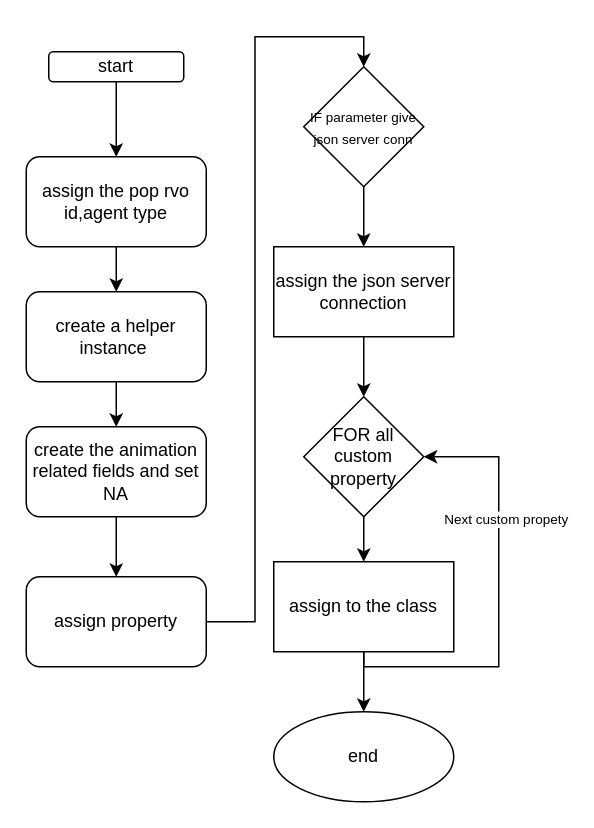
sivagit/diagrams keeps this draw.io diagram as tower/constructor.drawio. Above is the earlier version. Source tidied: cells renumbered, new cells numbered last; positions are measured from the earlier drawing's top-left corner, leaving out a move shared by most shapes. Both pictures are drawn from the tidied source at 150%, with x=0, y=0 at pixel (26, 51).
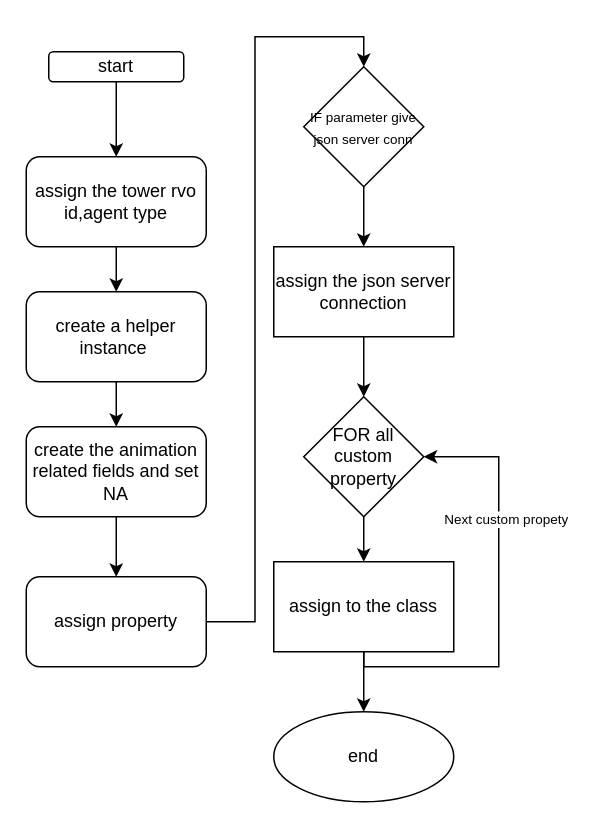
The same page after the edit.

What changed in the source:
```diff
@@
-    <mxCell id="5" value="assign the pop rvo id,agent type" style="whiteSpace=wrap;html=1;rounded=1;" parent="1" vertex="1">
+    <mxCell id="5" value="assign the tower rvo id,agent type" style="whiteSpace=wrap;html=1;rounded=1;" parent="1" vertex="1">
       <mxGeometry y="70" width="120" height="60" as="geometry" />
     </mxCell>
```
